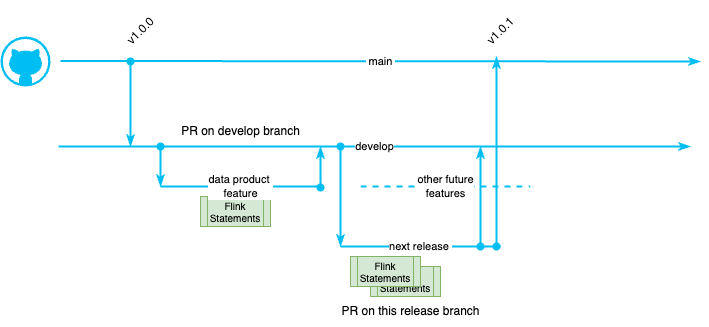
Before: docs/images/bg_2_2_branch.drawio.png, a diagram exported from draw.io (jbcodeforce/shift_left_utils). Source tidied: cells renumbered, new cells last; positions are measured from the earlier drawing's top-left corner, leaving out a move shared by most shapes.
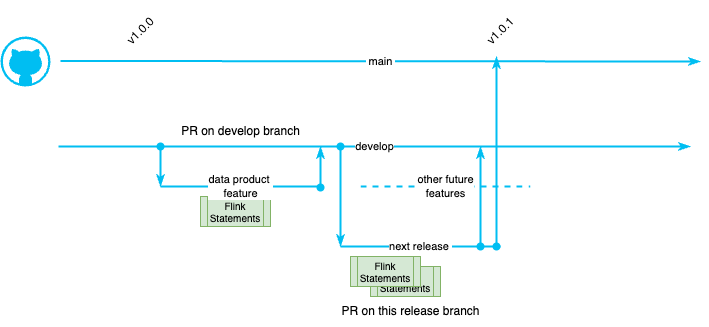
The same file after the commit.

Change to the diagram source:
```diff
@@ -17,12 +17,6 @@
         <mxPoint x="500" y="230" as="targetPoint" />
       </mxGeometry>
     </mxCell>
-    <mxCell id="5" style="endArrow=classicThin;html=1;strokeColor=#00BEF2;strokeWidth=2;startArrow=oval;startFill=1;endFill=1;" parent="1" edge="1">
-      <mxGeometry relative="1" as="geometry">
-        <mxPoint x="130" y="45" as="sourcePoint" />
-        <mxPoint x="130" y="130" as="targetPoint" />
-      </mxGeometry>
-    </mxCell>
     <mxCell id="6" value="Flink Statements" style="shape=process;whiteSpace=wrap;html=1;backgroundOutline=1;fillColor=#d5e8d4;strokeColor=#82b366;fontSize=10;" parent="1" vertex="1">
       <mxGeometry x="370" y="250" width="70" height="30" as="geometry" />
     </mxCell>
```
